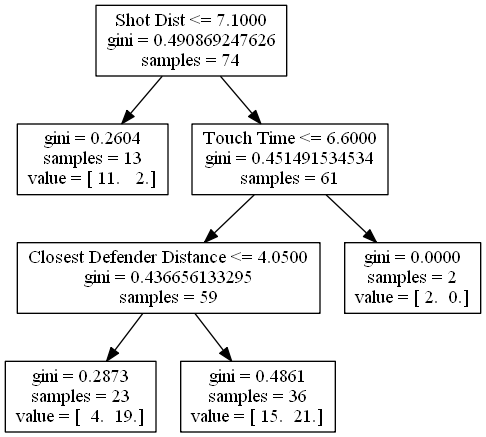
bveber/Analyze_NBA keeps this Graphviz diagram as david_west.png. Above is the earlier version. Its source is kept beside it as david_west.dot.
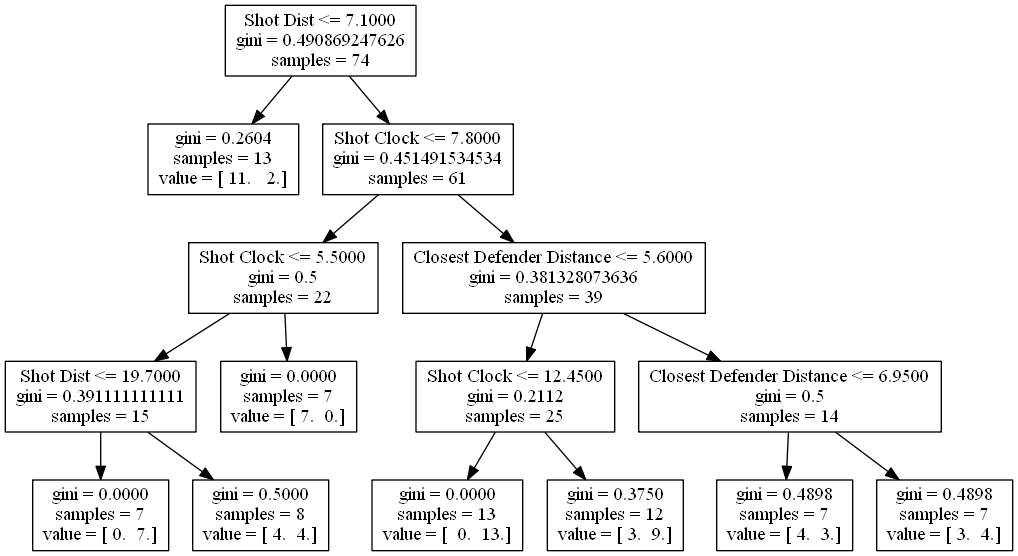
After the change.

Change to the diagram source:
```diff
@@ -2,14 +2,30 @@
 0 [label="Shot Dist <= 7.1000\ngini = 0.490869247626\nsamples = 74", shape="box"] ;
 1 [label="gini = 0.2604\nsamples = 13\nvalue = [ 11.   2.]", shape="box"] ;
 0 -> 1 ;
-2 [label="Touch Time <= 6.6000\ngini = 0.451491534534\nsamples = 61", shape="box"] ;
+2 [label="Shot Clock <= 7.8000\ngini = 0.451491534534\nsamples = 61", shape="box"] ;
 0 -> 2 ;
-3 [label="Closest Defender Distance <= 4.0500\ngini = 0.436656133295\nsamples = 59", shape="box"] ;
+3 [label="Shot Clock <= 5.5000\ngini = 0.5\nsamples = 22", shape="box"] ;
 2 -> 3 ;
-4 [label="gini = 0.2873\nsamples = 23\nvalue = [  4.  19.]", shape="box"] ;
+4 [label="Shot Dist <= 19.7000\ngini = 0.391111111111\nsamples = 15", shape="box"] ;
 3 -> 4 ;
-5 [label="gini = 0.4861\nsamples = 36\nvalue = [ 15.  21.]", shape="box"] ;
-3 -> 5 ;
-6 [label="gini = 0.0000\nsamples = 2\nvalue = [ 2.  0.]", shape="box"] ;
-2 -> 6 ;
+5 [label="gini = 0.0000\nsamples = 7\nvalue = [ 0.  7.]", shape="box"] ;
+4 -> 5 ;
+6 [label="gini = 0.5000\nsamples = 8\nvalue = [ 4.  4.]", shape="box"] ;
+4 -> 6 ;
+7 [label="gini = 0.0000\nsamples = 7\nvalue = [ 7.  0.]", shape="box"] ;
+3 -> 7 ;
+8 [label="Closest Defender Distance <= 5.6000\ngini = 0.381328073636\nsamples = 39", shape="box"] ;
+2 -> 8 ;
+9 [label="Shot Clock <= 12.4500\ngini = 0.2112\nsamples = 25", shape="box"] ;
+8 -> 9 ;
+10 [label="gini = 0.0000\nsamples = 13\nvalue = [  0.  13.]", shape="box"] ;
+9 -> 10 ;
+11 [label="gini = 0.3750\nsamples = 12\nvalue = [ 3.  9.]", shape="box"] ;
+9 -> 11 ;
+12 [label="Closest Defender Distance <= 6.9500\ngini = 0.5\nsamples = 14", shape="box"] ;
+8 -> 12 ;
+13 [label="gini = 0.4898\nsamples = 7\nvalue = [ 4.  3.]", shape="box"] ;
+12 -> 13 ;
+14 [label="gini = 0.4898\nsamples = 7\nvalue = [ 3.  4.]", shape="box"] ;
+12 -> 14 ;
 }
```
